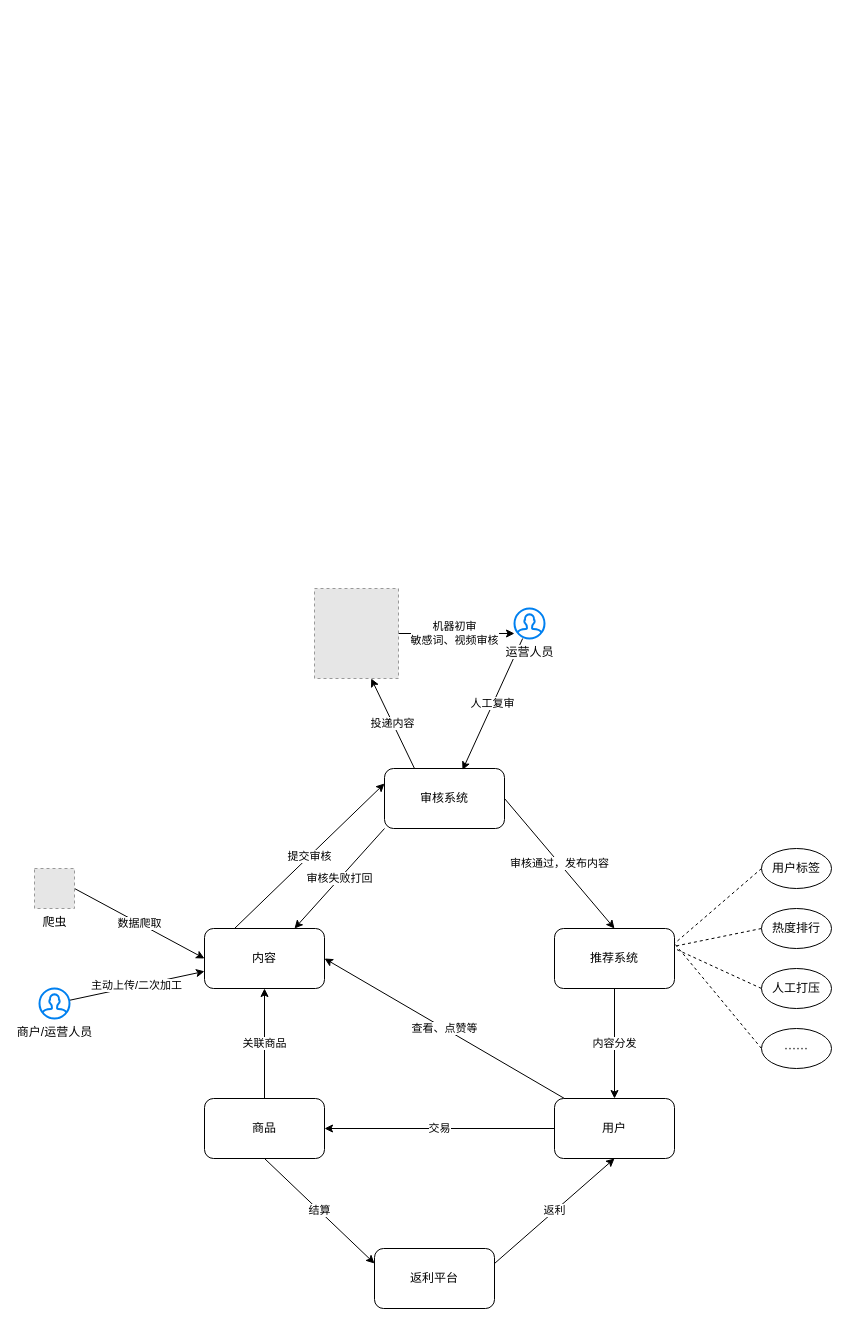
pekah/Draw keeps this draw.io diagram as 消费号.drawio. Above is the earlier version. Source tidied: cells renumbered, new cells numbered last; positions are measured from the earlier drawing's top-left corner, leaving out a move shared by most shapes. Both pictures are drawn from the tidied source at 100%, with x=0, y=0 at pixel (34, 588). Pictures stored in the file or linked from it are replaced by grey dashed boxes.
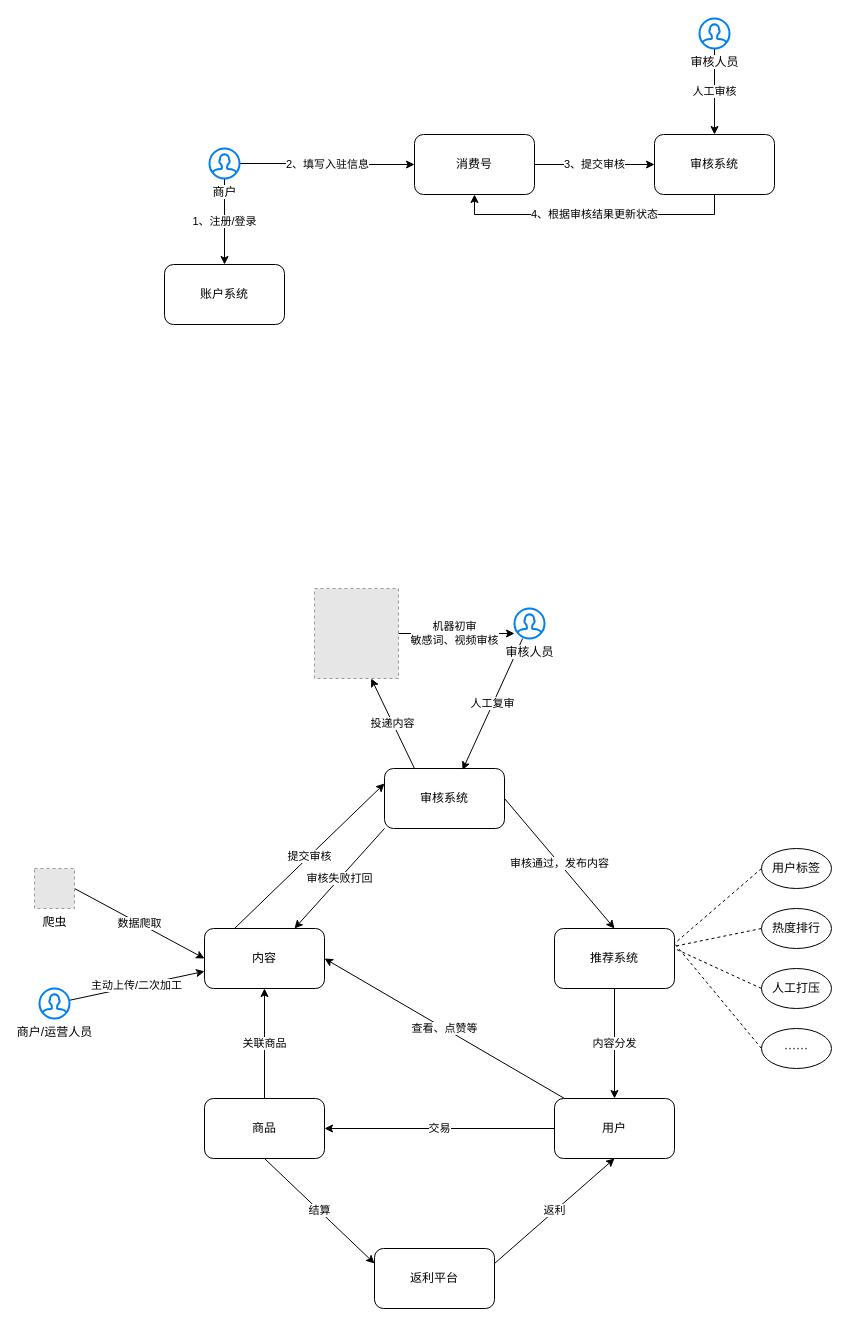
After the change.

Commit message:
更新消费号.drawio

Diff of the diagram source:
```diff
@@
-    <mxCell id="24" value="运营人员" style="html=1;verticalLabelPosition=bottom;align=center;labelBackgroundColor=#ffffff;verticalAlign=top;strokeWidth=2;strokeColor=#0080F0;shadow=0;dashed=0;shape=mxgraph.ios7.icons.user;" parent="1" vertex="1">
+    <mxCell id="24" value="审核人员" style="html=1;verticalLabelPosition=bottom;align=center;labelBackgroundColor=#ffffff;verticalAlign=top;strokeWidth=2;strokeColor=#0080F0;shadow=0;dashed=0;shape=mxgraph.ios7.icons.user;" parent="1" vertex="1">
       <mxGeometry x="480" y="20" width="30" height="30" as="geometry" />
     </mxCell>
@@
+    <mxCell id="34" value="1、注册/登录" style="edgeStyle=orthogonalEdgeStyle;rounded=0;jettySize=auto;html=1;" parent="1" edge="1" source="36" target="39">
+      <mxGeometry relative="1" as="geometry" />
+    </mxCell>
+    <mxCell id="35" value="2、填写入驻信息" style="edgeStyle=orthogonalEdgeStyle;rounded=0;jettySize=auto;html=1;entryX=0;entryY=0.5;entryDx=0;entryDy=0;" parent="1" edge="1" source="36" target="41">
+      <mxGeometry relative="1" as="geometry" />
+    </mxCell>
+    <mxCell id="36" value="商户" style="html=1;verticalLabelPosition=bottom;align=center;labelBackgroundColor=#ffffff;verticalAlign=top;strokeWidth=2;strokeColor=#0080F0;shadow=0;dashed=0;shape=mxgraph.ios7.icons.user;" parent="1" vertex="1">
+      <mxGeometry x="175" y="-440" width="30" height="30" as="geometry" />
+    </mxCell>
+    <mxCell id="37" value="4、根据审核结果更新状态" style="edgeStyle=orthogonalEdgeStyle;rounded=0;jettySize=auto;html=1;entryX=0.5;entryY=1;entryDx=0;entryDy=0;" parent="1" edge="1" source="38" target="41">
+      <mxGeometry relative="1" as="geometry">
+        <Array as="points">
+          <mxPoint x="680" y="-374" />
+          <mxPoint x="440" y="-374" />
+        </Array>
+      </mxGeometry>
+    </mxCell>
+    <mxCell id="38" value="审核系统" style="rounded=1;whiteSpace=wrap;html=1;" parent="1" vertex="1">
+      <mxGeometry x="620" y="-454" width="120" height="60" as="geometry" />
+    </mxCell>
+    <mxCell id="39" value="账户系统" style="rounded=1;whiteSpace=wrap;html=1;" parent="1" vertex="1">
+      <mxGeometry x="130" y="-324" width="120" height="60" as="geometry" />
+    </mxCell>
+    <mxCell id="40" value="3、提交审核" style="edgeStyle=orthogonalEdgeStyle;rounded=0;jettySize=auto;html=1;exitX=1;exitY=0.5;exitDx=0;exitDy=0;entryX=0;entryY=0.5;entryDx=0;entryDy=0;" parent="1" edge="1" source="41" target="38">
+      <mxGeometry relative="1" as="geometry" />
+    </mxCell>
+    <mxCell id="41" value="消费号" style="rounded=1;whiteSpace=wrap;html=1;" parent="1" vertex="1">
+      <mxGeometry x="380" y="-454" width="120" height="60" as="geometry" />
+    </mxCell>
+    <mxCell id="42" value="人工审核" style="edgeStyle=orthogonalEdgeStyle;rounded=0;jettySize=auto;html=1;" parent="1" edge="1" source="43" target="38">
+      <mxGeometry relative="1" as="geometry" />
+    </mxCell>
+    <mxCell id="43" value="审核人员" style="html=1;verticalLabelPosition=bottom;align=center;labelBackgroundColor=#ffffff;verticalAlign=top;strokeWidth=2;strokeColor=#0080F0;shadow=0;dashed=0;shape=mxgraph.ios7.icons.user;" parent="1" vertex="1">
+      <mxGeometry x="665" y="-570" width="30" height="30" as="geometry" />
+    </mxCell>
```
